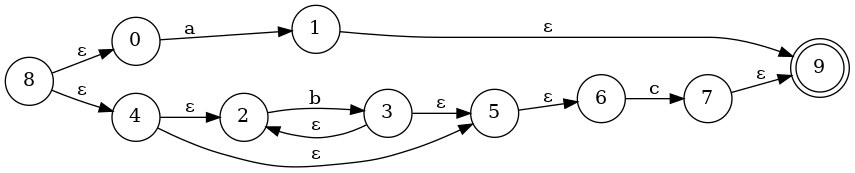
Before: nfa.png, a diagram exported from Graphviz (ilanf-c/lexer-and-parser-for-tiny-and-minc). Its source is kept beside it as nfa.dot. Source of this version:
```dot
digraph {
    rankdir=LR;
    node [shape=circle];
    9 [shape=doublecircle];
    0 -> 1 [label="a"];
    1 -> 9 [label="ε"];
    2 -> 3 [label="b"];
    3 -> 5 [label="ε"];
    3 -> 2 [label="ε"];
    4 -> 2 [label="ε"];
    4 -> 5 [label="ε"];
    5 -> 6 [label="ε"];
    6 -> 7 [label="c"];
    7 -> 9 [label="ε"];
    8 -> 0 [label="ε"];
    8 -> 4 [label="ε"];
}
```
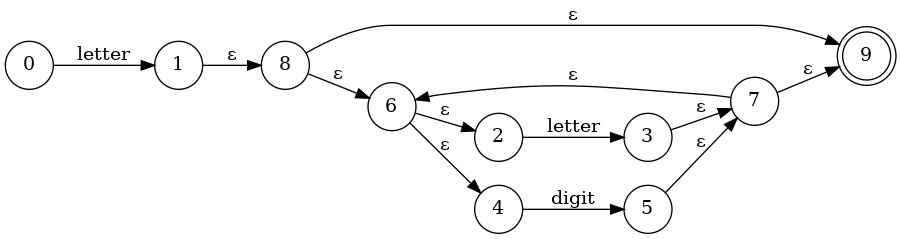
After the change.

Change to the diagram source:
```diff
@@ -2,16 +2,16 @@
     rankdir=LR;
     node [shape=circle];
     9 [shape=doublecircle];
-    0 -> 1 [label="a"];
-    1 -> 9 [label="ε"];
-    2 -> 3 [label="b"];
-    3 -> 5 [label="ε"];
-    3 -> 2 [label="ε"];
-    4 -> 2 [label="ε"];
-    4 -> 5 [label="ε"];
-    5 -> 6 [label="ε"];
-    6 -> 7 [label="c"];
+    0 -> 1 [label="letter"];
+    1 -> 8 [label="ε"];
+    2 -> 3 [label="letter"];
+    3 -> 7 [label="ε"];
+    4 -> 5 [label="digit"];
+    5 -> 7 [label="ε"];
+    6 -> 2 [label="ε"];
+    6 -> 4 [label="ε"];
     7 -> 9 [label="ε"];
-    8 -> 0 [label="ε"];
-    8 -> 4 [label="ε"];
+    7 -> 6 [label="ε"];
+    8 -> 6 [label="ε"];
+    8 -> 9 [label="ε"];
 }
```
